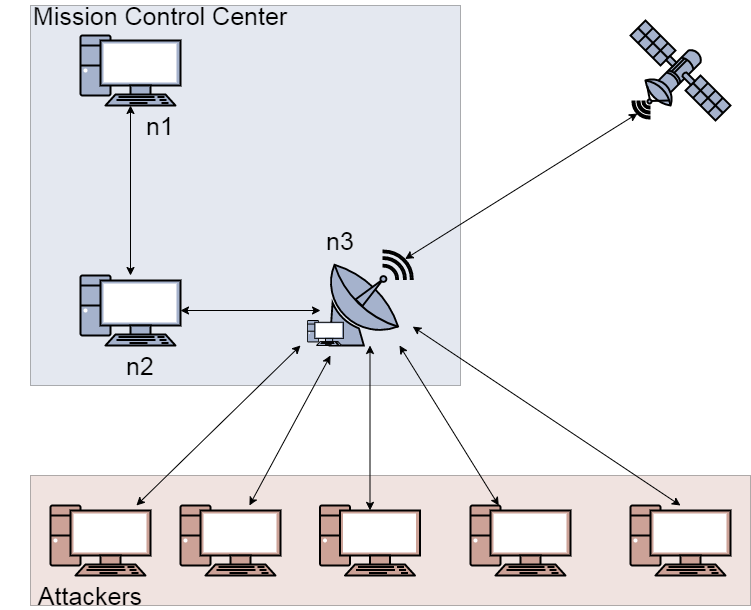
tobinatore/dtn-dos keeps this draw.io diagram as Documentation/img/ddos.png. Above is the earlier version. Source tidied: cells renumbered, new cells last; positions are measured from the earlier drawing's top-left corner, leaving out a move shared by most shapes. The source it was exported from:
```xml
<mxGraphModel>
  <root>
    <mxCell id="0" />
    <mxCell id="1" parent="0" />
    <mxCell id="2" style="rounded=0;whiteSpace=wrap;html=1;shadow=0;sketch=0;strokeColor=#000000;strokeWidth=1;fontSize=25;opacity=30;fillColor=#CCA297;" parent="1" vertex="1">
      <mxGeometry x="30" y="470" width="720" height="130" as="geometry" />
    </mxCell>
    <mxCell id="3" style="rounded=0;whiteSpace=wrap;html=1;shadow=0;sketch=0;strokeColor=#000000;strokeWidth=1;fillColor=#A5B2CC;opacity=30;" parent="1" vertex="1">
      <mxGeometry x="30" width="430" height="380" as="geometry" />
    </mxCell>
    <mxCell id="4" style="endArrow=classic;startArrow=classic;html=1;" parent="1" edge="1" source="9" target="7">
      <mxGeometry relative="1" as="geometry" />
    </mxCell>
    <mxCell id="5" style="fontColor=#0066CC;verticalAlign=top;verticalLabelPosition=bottom;labelPosition=center;align=center;html=1;outlineConnect=0;gradientColor=none;gradientDirection=north;strokeWidth=1;shape=mxgraph.networks.satellite_dish;fillColor=#A5B2CC;" parent="1" vertex="1">
      <mxGeometry x="326.8" y="245" width="85.5" height="95" as="geometry" />
    </mxCell>
    <mxCell id="6" style="fontColor=#0066CC;verticalAlign=top;verticalLabelPosition=bottom;labelPosition=center;align=center;html=1;outlineConnect=0;gradientColor=none;gradientDirection=north;strokeWidth=1;shape=mxgraph.networks.satellite;shadow=0;fillColor=#A5B2CC;" parent="1" vertex="1">
      <mxGeometry x="630" y="15" width="100" height="100" as="geometry" />
    </mxCell>
    <mxCell id="7" style="fontColor=#0066CC;verticalAlign=top;verticalLabelPosition=bottom;labelPosition=center;align=center;html=1;outlineConnect=0;gradientColor=none;gradientDirection=north;strokeWidth=2;shape=mxgraph.networks.pc;shadow=0;sketch=0;fillColor=#A5B2CC;" parent="1" vertex="1">
      <mxGeometry x="80" y="30" width="100" height="70" as="geometry" />
    </mxCell>
    <mxCell id="8" style="fontColor=#0066CC;verticalAlign=top;verticalLabelPosition=bottom;labelPosition=center;align=center;html=1;outlineConnect=0;gradientColor=none;gradientDirection=north;strokeWidth=2;shape=mxgraph.networks.pc;shadow=0;sketch=0;fillColor=#CCA297;" parent="1" vertex="1">
      <mxGeometry x="319.5" y="500" width="100" height="70" as="geometry" />
    </mxCell>
    <mxCell id="9" style="fontColor=#0066CC;verticalAlign=top;verticalLabelPosition=bottom;labelPosition=center;align=center;html=1;outlineConnect=0;gradientColor=none;gradientDirection=north;strokeWidth=2;shape=mxgraph.networks.pc;shadow=0;sketch=0;fillColor=#A5B2CC;" parent="1" vertex="1">
      <mxGeometry x="80" y="270" width="100" height="70" as="geometry" />
    </mxCell>
    <mxCell id="10" style="endArrow=classic;startArrow=classic;html=1;entryX=0.07;entryY=0.93;entryDx=0;entryDy=0;entryPerimeter=0;exitX=0.91;exitY=0.09;exitDx=0;exitDy=0;exitPerimeter=0;" parent="1" edge="1" source="5" target="6">
      <mxGeometry relative="1" as="geometry" />
    </mxCell>
    <mxCell id="11" style="endArrow=classic;startArrow=classic;html=1;entryX=0.5;entryY=0.07;entryDx=0;entryDy=0;entryPerimeter=0;" parent="1" edge="1" source="5" target="8">
      <mxGeometry relative="1" as="geometry" />
    </mxCell>
    <mxCell id="12" value="Mission Control Center" style="text;html=1;strokeColor=none;fillColor=none;align=center;verticalAlign=middle;whiteSpace=wrap;rounded=0;shadow=0;sketch=0;opacity=30;fontSize=25;" parent="1" vertex="1">
      <mxGeometry width="320" height="20" as="geometry" />
    </mxCell>
    <mxCell id="13" value="Attackers" style="text;html=1;strokeColor=none;fillColor=none;align=center;verticalAlign=middle;whiteSpace=wrap;rounded=0;shadow=0;sketch=0;fontSize=25;opacity=30;" parent="1" vertex="1">
      <mxGeometry x="70" y="580" width="40" height="20" as="geometry" />
    </mxCell>
    <mxCell id="14" style="fontColor=#0066CC;verticalAlign=top;verticalLabelPosition=bottom;labelPosition=center;align=center;html=1;gradientColor=none;gradientDirection=north;strokeWidth=2;shape=mxgraph.networks.pc;shadow=0;sketch=0;fillColor=#A5B2CC;" parent="1" vertex="1">
      <mxGeometry x="307.1" y="315" width="35.7" height="25" as="geometry" />
    </mxCell>
    <mxCell id="15" value="n1" style="text;html=1;strokeColor=none;fillColor=none;align=center;verticalAlign=middle;whiteSpace=wrap;rounded=0;shadow=0;sketch=0;fontSize=25;opacity=30;" parent="1" vertex="1">
      <mxGeometry x="140" y="110" width="40" height="20" as="geometry" />
    </mxCell>
    <mxCell id="16" value="n2" style="text;html=1;strokeColor=none;fillColor=none;align=center;verticalAlign=middle;whiteSpace=wrap;rounded=0;shadow=0;sketch=0;fontSize=25;opacity=30;" parent="1" vertex="1">
      <mxGeometry x="120" y="350" width="40" height="20" as="geometry" />
    </mxCell>
    <mxCell id="17" value="n3" style="text;html=1;strokeColor=none;fillColor=none;align=center;verticalAlign=middle;whiteSpace=wrap;rounded=0;shadow=0;sketch=0;fontSize=25;opacity=30;" parent="1" vertex="1">
      <mxGeometry x="319.5" y="225" width="40" height="20" as="geometry" />
    </mxCell>
    <mxCell id="18" style="endArrow=classic;startArrow=classic;html=1;fontSize=25;exitX=1;exitY=0.5;exitDx=0;exitDy=0;exitPerimeter=0;" parent="1" edge="1" source="9">
      <mxGeometry relative="1" as="geometry">
        <mxPoint x="320" y="305" as="targetPoint" />
      </mxGeometry>
    </mxCell>
    <mxCell id="19" style="fontColor=#0066CC;verticalAlign=top;verticalLabelPosition=bottom;labelPosition=center;align=center;html=1;outlineConnect=0;gradientColor=none;gradientDirection=north;strokeWidth=2;shape=mxgraph.networks.pc;shadow=0;sketch=0;fillColor=#CCA297;" parent="1" vertex="1">
      <mxGeometry x="470" y="500" width="100" height="70" as="geometry" />
    </mxCell>
    <mxCell id="20" style="fontColor=#0066CC;verticalAlign=top;verticalLabelPosition=bottom;labelPosition=center;align=center;html=1;outlineConnect=0;gradientColor=none;gradientDirection=north;strokeWidth=2;shape=mxgraph.networks.pc;shadow=0;sketch=0;fillColor=#CCA297;" parent="1" vertex="1">
      <mxGeometry x="180" y="500" width="100" height="70" as="geometry" />
    </mxCell>
    <mxCell id="21" style="fontColor=#0066CC;verticalAlign=top;verticalLabelPosition=bottom;labelPosition=center;align=center;html=1;outlineConnect=0;gradientColor=none;gradientDirection=north;strokeWidth=2;shape=mxgraph.networks.pc;shadow=0;sketch=0;fillColor=#CCA297;" parent="1" vertex="1">
      <mxGeometry x="50" y="500" width="100" height="70" as="geometry" />
    </mxCell>
    <mxCell id="22" style="fontColor=#0066CC;verticalAlign=top;verticalLabelPosition=bottom;labelPosition=center;align=center;html=1;gradientColor=none;gradientDirection=north;strokeWidth=2;shape=mxgraph.networks.pc;shadow=0;sketch=0;fillColor=#CCA297;" parent="1" vertex="1">
      <mxGeometry x="630" y="500" width="100" height="70" as="geometry" />
    </mxCell>
    <mxCell id="23" style="endArrow=classic;startArrow=classic;html=1;" parent="1" edge="1" source="5" target="19">
      <mxGeometry relative="1" as="geometry" />
    </mxCell>
    <mxCell id="24" style="endArrow=classic;startArrow=classic;html=1;" parent="1" edge="1" target="20">
      <mxGeometry relative="1" as="geometry">
        <mxPoint x="330" y="350" as="sourcePoint" />
      </mxGeometry>
    </mxCell>
    <mxCell id="25" style="endArrow=classic;startArrow=classic;html=1;" parent="1" edge="1" target="21">
      <mxGeometry relative="1" as="geometry">
        <mxPoint x="300" y="340" as="sourcePoint" />
      </mxGeometry>
    </mxCell>
    <mxCell id="26" style="endArrow=classic;startArrow=classic;html=1;entryX=0.5;entryY=0.07;entryDx=0;entryDy=0;entryPerimeter=0;" parent="1" edge="1" source="5">
      <mxGeometry relative="1" as="geometry">
        <mxPoint x="680" y="500" as="targetPoint" />
      </mxGeometry>
    </mxCell>
  </root>
</mxGraphModel>
```
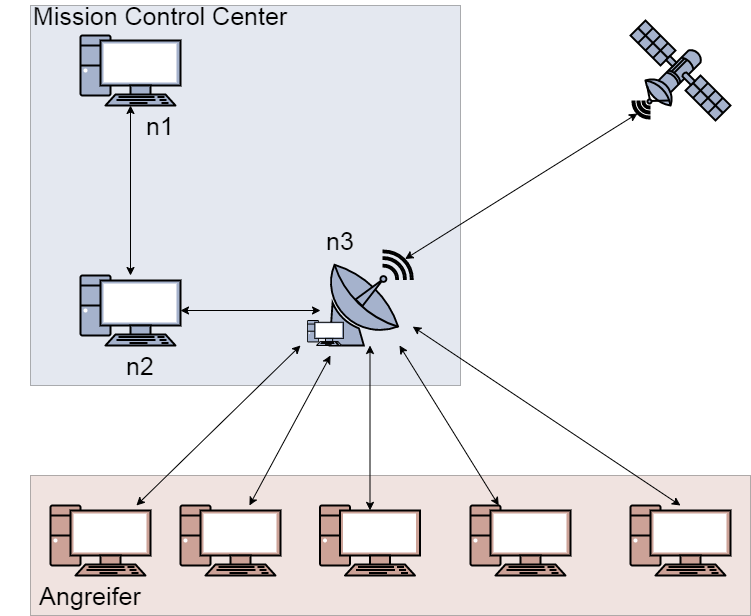
The same diagram one commit later.

The edit, as a diff of the source:
```diff
@@ -3,7 +3,7 @@
     <mxCell id="0" />
     <mxCell id="1" parent="0" />
     <mxCell id="2" style="rounded=0;whiteSpace=wrap;html=1;shadow=0;sketch=0;strokeColor=#000000;strokeWidth=1;fontSize=25;opacity=30;fillColor=#CCA297;" parent="1" vertex="1">
-      <mxGeometry x="30" y="470" width="720" height="130" as="geometry" />
+      <mxGeometry x="30" y="470" width="720" height="140" as="geometry" />
     </mxCell>
     <mxCell id="3" style="rounded=0;whiteSpace=wrap;html=1;shadow=0;sketch=0;strokeColor=#000000;strokeWidth=1;fillColor=#A5B2CC;opacity=30;" parent="1" vertex="1">
       <mxGeometry x="30" width="430" height="380" as="geometry" />
@@ -35,7 +35,7 @@
     <mxCell id="12" value="Mission Control Center" style="text;html=1;strokeColor=none;fillColor=none;align=center;verticalAlign=middle;whiteSpace=wrap;rounded=0;shadow=0;sketch=0;opacity=30;fontSize=25;" parent="1" vertex="1">
       <mxGeometry width="320" height="20" as="geometry" />
     </mxCell>
-    <mxCell id="13" value="Attackers" style="text;html=1;strokeColor=none;fillColor=none;align=center;verticalAlign=middle;whiteSpace=wrap;rounded=0;shadow=0;sketch=0;fontSize=25;opacity=30;" parent="1" vertex="1">
+    <mxCell id="13" value="Angreifer" style="text;html=1;strokeColor=none;fillColor=none;align=center;verticalAlign=middle;whiteSpace=wrap;rounded=0;shadow=0;sketch=0;fontSize=25;opacity=30;" parent="1" vertex="1">
       <mxGeometry x="70" y="580" width="40" height="20" as="geometry" />
     </mxCell>
     <mxCell id="14" style="fontColor=#0066CC;verticalAlign=top;verticalLabelPosition=bottom;labelPosition=center;align=center;html=1;gradientColor=none;gradientDirection=north;strokeWidth=2;shape=mxgraph.networks.pc;shadow=0;sketch=0;fillColor=#A5B2CC;" parent="1" vertex="1">
```
